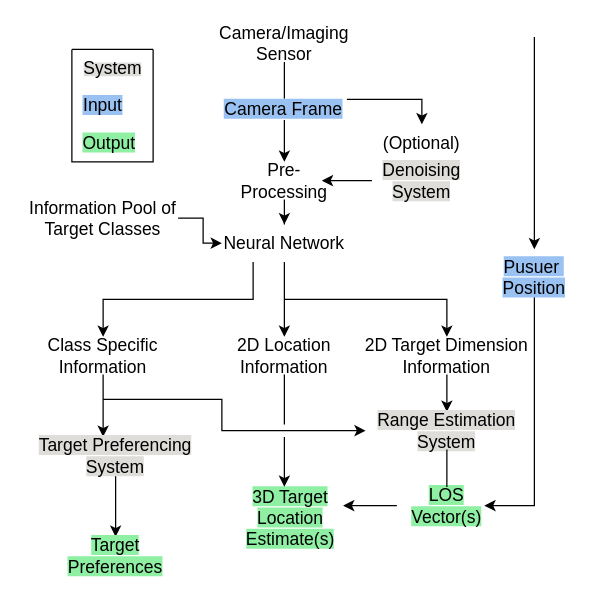
This is Imaging-And-Estimation-System.drawio from jukkajo/satunnaista-tavaraa, a draw.io file, before an edit. Source tidied: cells renumbered, new cells numbered last; positions are measured from the earlier drawing's top-left corner, leaving out a move shared by most shapes. Both pictures are drawn from the tidied source at 125%, with x=0, y=0 at pixel (21, 24).
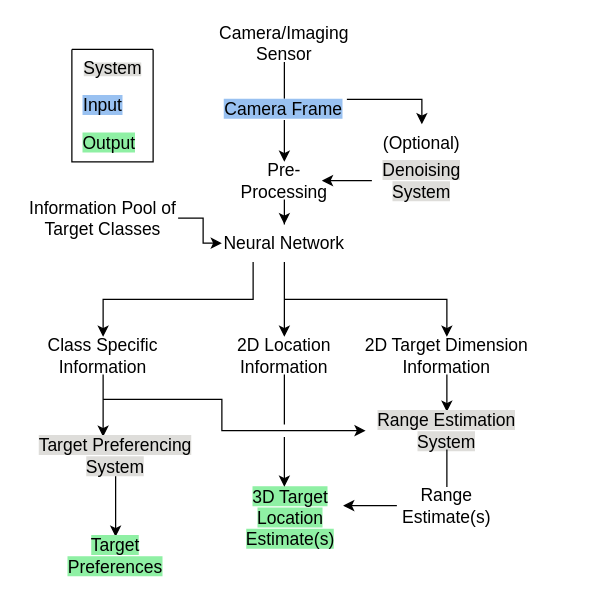
The same diagram, later.

The edit, as a diff of the source:
```diff
@@
-    <mxCell id="23" value="&lt;font style=&quot;font-size: 14px; background-color: rgb(143, 240, 164);&quot;&gt;LOS Vector(s)&lt;br&gt;&lt;/font&gt;" style="text;html=1;align=center;verticalAlign=middle;whiteSpace=wrap;rounded=0;" parent="1" vertex="1">
+    <mxCell id="23" value="&lt;font style=&quot;font-size: 14px;&quot;&gt;Range Estimate(s)&lt;br&gt;&lt;/font&gt;" style="text;html=1;align=center;verticalAlign=middle;whiteSpace=wrap;rounded=0;" parent="1" vertex="1">
       <mxGeometry x="300" y="370" width="80" height="30" as="geometry" />
     </mxCell>
@@
-    <mxCell id="37" style="endArrow=classic;html=1;rounded=0;" parent="1" edge="1">
-      <mxGeometry relative="1" as="geometry">
-        <mxPoint x="410" y="210" as="sourcePoint" />
-        <mxPoint x="370" y="385" as="targetPoint" />
-        <Array as="points">
-          <mxPoint x="410" y="385" />
-        </Array>
-      </mxGeometry>
-    </mxCell>
-    <mxCell id="38" value="&lt;div&gt;&lt;span style=&quot;background-color: rgb(153, 193, 241);&quot;&gt;&lt;br&gt;&lt;/span&gt;&lt;/div&gt;&lt;div style=&quot;font-size: 14px;&quot;&gt;&lt;span style=&quot;background-color: rgb(153, 193, 241);&quot;&gt;Pusuer&amp;nbsp; Position&lt;/span&gt;&lt;/div&gt;" style="text;html=1;align=center;verticalAlign=middle;whiteSpace=wrap;rounded=0;" parent="1" vertex="1">
-      <mxGeometry x="380" y="180" width="60" height="30" as="geometry" />
-    </mxCell>
-    <mxCell id="39" style="endArrow=classic;html=1;rounded=0;entryX=0.5;entryY=0;entryDx=0;entryDy=0;" parent="1" edge="1" target="38">
-      <mxGeometry relative="1" as="geometry">
-        <mxPoint x="410" y="10" as="sourcePoint" />
-      </mxGeometry>
-    </mxCell>
```
